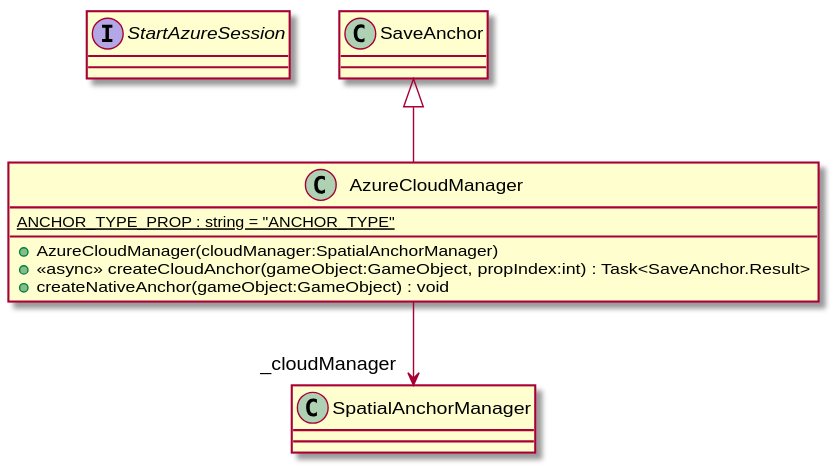
Above: UML/Assets/Scripts/AzureCloudManager.svg in DeNatur/ProductionFloorVisualization (PlantUML), before the change.
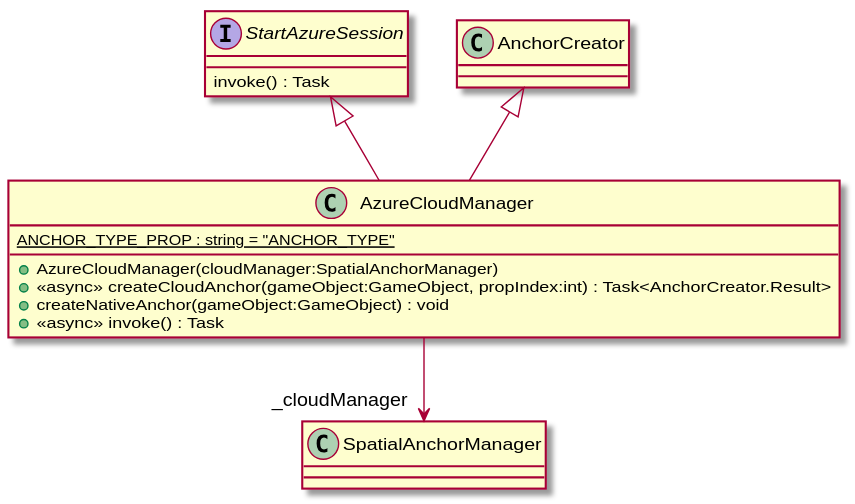
The same file after the commit.

Change to the diagram source:
```diff
@@ -1,12 +1,15 @@
 @startuml
 interface StartAzureSession {
+    invoke() : Task
 }
 class AzureCloudManager {
     {static} ANCHOR_TYPE_PROP : string = "ANCHOR_TYPE"
     + AzureCloudManager(cloudManager:SpatialAnchorManager)
-    + <<async>> createCloudAnchor(gameObject:GameObject, propIndex:int) : Task<SaveAnchor.Result>
+    + <<async>> createCloudAnchor(gameObject:GameObject, propIndex:int) : Task<AnchorCreator.Result>
     + createNativeAnchor(gameObject:GameObject) : void
+    + <<async>> invoke() : Task
 }
-SaveAnchor <|-- AzureCloudManager
+AnchorCreator <|-- AzureCloudManager
+StartAzureSession <|-- AzureCloudManager
 AzureCloudManager --> "_cloudManager" SpatialAnchorManager
 @enduml
```
